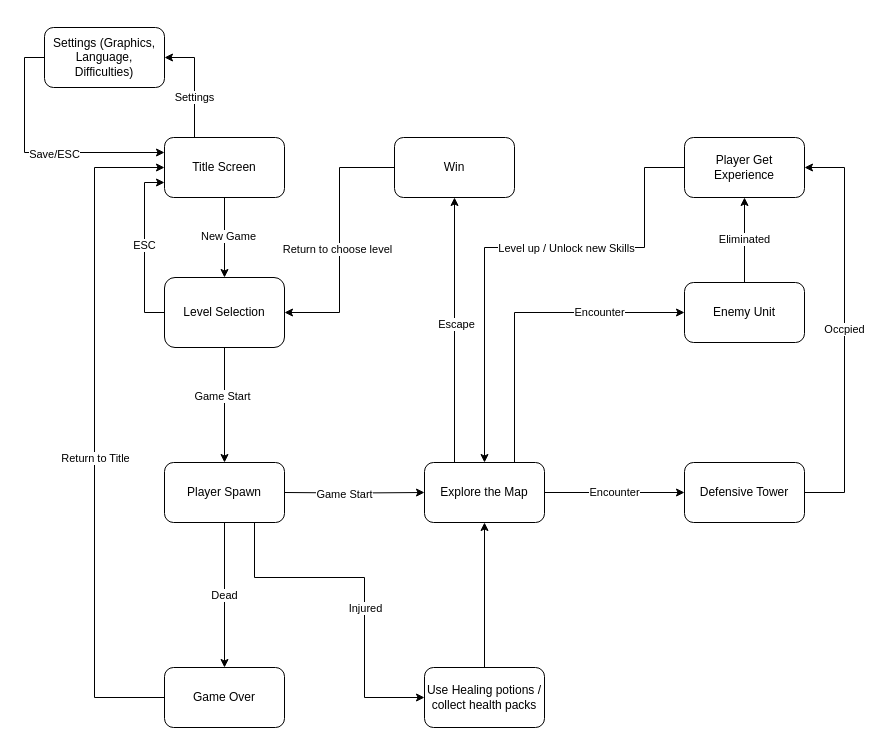
songjian0127/HTML- keeps this draw.io diagram as Untitled Diagram.drawio. Above is the earlier version. Source tidied: cells renumbered, new cells numbered last; positions are measured from the earlier drawing's top-left corner, leaving out a move shared by most shapes. Both pictures are drawn from the tidied source at 100%, with x=0, y=0 at pixel (44, 27).
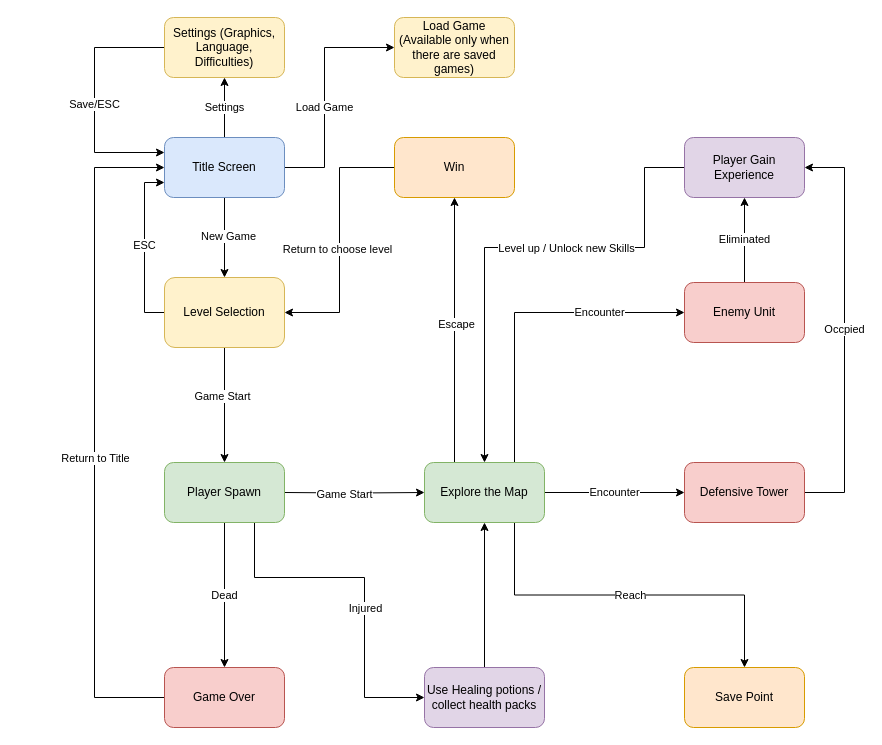
After the change.

Diff of the diagram source:
```diff
@@
-    <mxCell id="2" value="Settings" style="edgeStyle=orthogonalEdgeStyle;rounded=0;jettySize=auto;html=1;entryX=1;entryY=0.5;entryDx=0;entryDy=0;exitX=0.25;exitY=0;exitDx=0;exitDy=0;" parent="1" edge="1" source="5" target="8">
-      <mxGeometry x="-0.27" relative="1" as="geometry" />
-    </mxCell>
@@
+    <mxCell id="40" value="Load Game" style="edgeStyle=orthogonalEdgeStyle;rounded=0;jettySize=auto;html=1;exitX=1;exitY=0.5;exitDx=0;exitDy=0;entryX=0;entryY=0.5;entryDx=0;entryDy=0;" parent="1" edge="1" source="5" target="43">
+      <mxGeometry x="-0.13" relative="1" as="geometry">
+        <Array as="points">
+          <mxPoint x="280" y="140" />
+          <mxPoint x="280" y="20" />
+        </Array>
+      </mxGeometry>
+    </mxCell>
+    <mxCell id="2" value="Settings" style="edgeStyle=orthogonalEdgeStyle;rounded=0;jettySize=auto;html=1;exitX=0.5;exitY=0;exitDx=0;exitDy=0;entryX=0.5;entryY=1;entryDx=0;entryDy=0;" parent="1" edge="1" source="5" target="8">
+      <mxGeometry relative="1" as="geometry" />
+    </mxCell>
-    <mxCell id="5" value="Title Screen" style="rounded=1;whiteSpace=wrap;html=1;" parent="1" vertex="1">
+    <mxCell id="5" value="Title Screen" style="rounded=1;whiteSpace=wrap;html=1;fillColor=#dae8fc;strokeColor=#6c8ebf;" parent="1" vertex="1">
       <mxGeometry x="120" y="110" width="120" height="60" as="geometry" />
     </mxCell>
     <mxCell id="6" style="edgeStyle=orthogonalEdgeStyle;rounded=0;jettySize=auto;html=1;exitX=0;exitY=0.5;exitDx=0;exitDy=0;entryX=0;entryY=0.25;entryDx=0;entryDy=0;" parent="1" edge="1" source="8" target="5">
-      <mxGeometry relative="1" as="geometry" />
+      <mxGeometry relative="1" as="geometry">
+        <Array as="points">
+          <mxPoint x="50" y="20" />
+          <mxPoint x="50" y="125" />
+        </Array>
+      </mxGeometry>
     </mxCell>
     <mxCell id="7" value="Save/ESC" style="edgeLabel;html=1;align=center;verticalAlign=middle;" parent="6" vertex="1">
-      <mxGeometry x="0.13" y="-1" relative="1" as="geometry" />
+      <mxGeometry x="0.13" y="-1" relative="1" as="geometry">
+        <mxPoint y="-12" as="offset" />
+      </mxGeometry>
     </mxCell>
-    <mxCell id="8" value="Settings (Graphics, Language, Difficulties)" style="rounded=1;whiteSpace=wrap;html=1;" parent="1" vertex="1">
-      <mxGeometry width="120" height="60" as="geometry" />
+    <mxCell id="8" value="Settings (Graphics, Language, Difficulties)" style="rounded=1;whiteSpace=wrap;html=1;fillColor=#fff2cc;strokeColor=#d6b656;" parent="1" vertex="1">
+      <mxGeometry x="120" y="-10" width="120" height="60" as="geometry" />
     </mxCell>
@@
-    <mxCell id="13" value="Level Selection" style="rounded=1;whiteSpace=wrap;html=1;" parent="1" vertex="1">
+    <mxCell id="13" value="Level Selection" style="rounded=1;whiteSpace=wrap;html=1;fillColor=#fff2cc;strokeColor=#d6b656;" parent="1" vertex="1">
       <mxGeometry x="120" y="250" width="120" height="70" as="geometry" />
     </mxCell>
@@
+    <mxCell id="41" value="Reach" style="edgeStyle=orthogonalEdgeStyle;rounded=0;jettySize=auto;html=1;exitX=0.75;exitY=1;exitDx=0;exitDy=0;entryX=0.5;entryY=0;entryDx=0;entryDy=0;" parent="1" edge="1" source="20" target="42">
+      <mxGeometry relative="1" as="geometry" />
+    </mxCell>
-    <mxCell id="20" value="Explore the Map" style="whiteSpace=wrap;html=1;rounded=1;" parent="1" vertex="1">
+    <mxCell id="20" value="Explore the Map" style="whiteSpace=wrap;html=1;rounded=1;fillColor=#d5e8d4;strokeColor=#82b366;" parent="1" vertex="1">
       <mxGeometry x="380" y="435" width="120" height="60" as="geometry" />
     </mxCell>
@@
-    <mxCell id="23" value="Player Get Experience" style="whiteSpace=wrap;html=1;rounded=1;" parent="1" vertex="1">
+    <mxCell id="23" value="Player Gain Experience" style="whiteSpace=wrap;html=1;rounded=1;fillColor=#e1d5e7;strokeColor=#9673a6;" parent="1" vertex="1">
       <mxGeometry x="640" y="110" width="120" height="60" as="geometry" />
     </mxCell>
@@
-    <mxCell id="25" value="Use Healing potions / collect health packs" style="whiteSpace=wrap;html=1;rounded=1;" parent="1" vertex="1">
+    <mxCell id="25" value="Use Healing potions / collect health packs" style="whiteSpace=wrap;html=1;rounded=1;fillColor=#e1d5e7;strokeColor=#9673a6;" parent="1" vertex="1">
       <mxGeometry x="380" y="640" width="120" height="60" as="geometry" />
     </mxCell>
@@
-    <mxCell id="28" value="Game Over" style="whiteSpace=wrap;html=1;rounded=1;" parent="1" vertex="1">
+    <mxCell id="28" value="Game Over" style="whiteSpace=wrap;html=1;rounded=1;fillColor=#f8cecc;strokeColor=#b85450;" parent="1" vertex="1">
       <mxGeometry x="120" y="640" width="120" height="60" as="geometry" />
     </mxCell>
@@
-    <mxCell id="31" value="Win" style="whiteSpace=wrap;html=1;rounded=1;" parent="1" vertex="1">
+    <mxCell id="31" value="Win" style="whiteSpace=wrap;html=1;rounded=1;fillColor=#ffe6cc;strokeColor=#d79b00;" parent="1" vertex="1">
       <mxGeometry x="350" y="110" width="120" height="60" as="geometry" />
     </mxCell>
@@
-    <mxCell id="33" value="Enemy Unit" style="whiteSpace=wrap;html=1;rounded=1;" parent="1" vertex="1">
+    <mxCell id="33" value="Enemy Unit" style="whiteSpace=wrap;html=1;rounded=1;fillColor=#f8cecc;strokeColor=#b85450;" parent="1" vertex="1">
       <mxGeometry x="640" y="255" width="120" height="60" as="geometry" />
     </mxCell>
@@
-    <mxCell id="37" value="Defensive Tower" style="whiteSpace=wrap;html=1;rounded=1;" parent="1" vertex="1">
+    <mxCell id="37" value="Defensive Tower" style="whiteSpace=wrap;html=1;rounded=1;fillColor=#f8cecc;strokeColor=#b85450;" parent="1" vertex="1">
       <mxGeometry x="640" y="435" width="120" height="60" as="geometry" />
     </mxCell>
@@
-    <mxCell id="39" value="Player Spawn" style="whiteSpace=wrap;html=1;rounded=1;" parent="1" vertex="1">
+    <mxCell id="39" value="Player Spawn" style="whiteSpace=wrap;html=1;rounded=1;fillColor=#d5e8d4;strokeColor=#82b366;" parent="1" vertex="1">
       <mxGeometry x="120" y="435" width="120" height="60" as="geometry" />
     </mxCell>
+    <mxCell id="42" value="Save Point" style="whiteSpace=wrap;html=1;rounded=1;fillColor=#ffe6cc;strokeColor=#d79b00;" parent="1" vertex="1">
+      <mxGeometry x="640" y="640" width="120" height="60" as="geometry" />
+    </mxCell>
+    <mxCell id="43" value="Load Game (Available only when there are saved games)" style="rounded=1;whiteSpace=wrap;html=1;fillColor=#fff2cc;strokeColor=#d6b656;" parent="1" vertex="1">
+      <mxGeometry x="350" y="-10" width="120" height="60" as="geometry" />
+    </mxCell>
```
